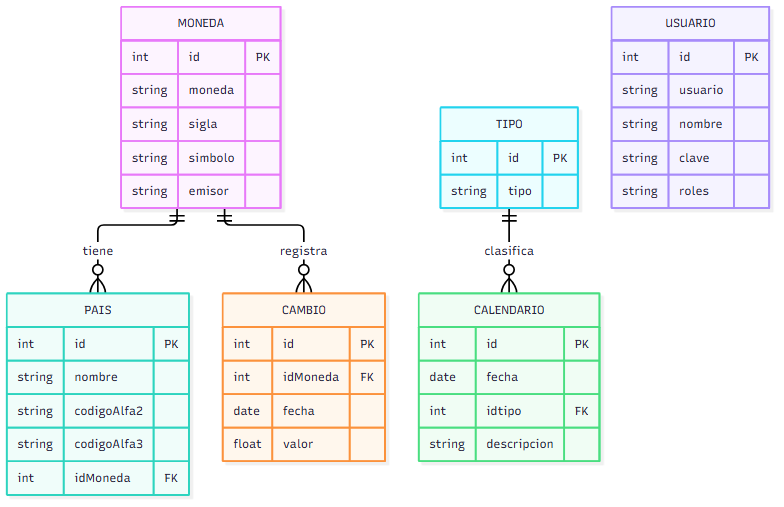
This is examen 1/diagramas/diagrama-relacional.png from Nelsonsalgado123/arquitectura2, a Mermaid export, as it was before one commit. Its source is kept beside it as examen 1/diagramas/diagrama-relacional.mmd.
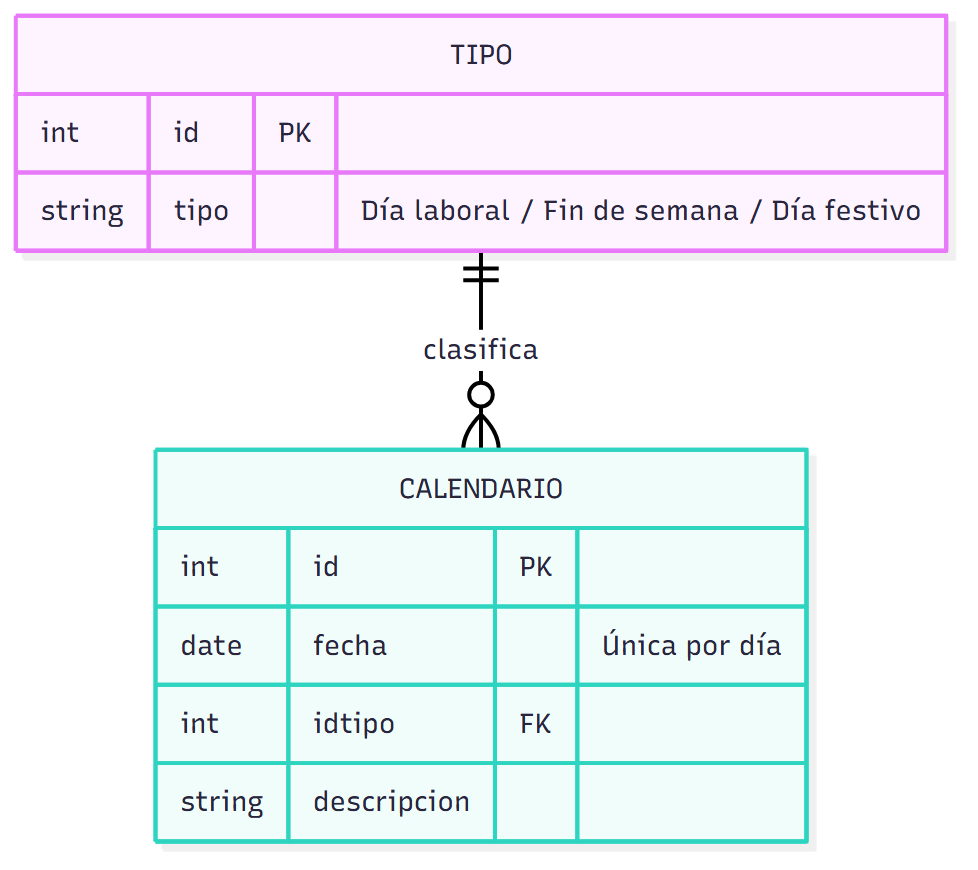
After the change.

The edit, as a diff of the source:
```diff
@@ -1,42 +1,13 @@
 erDiagram
-    MONEDA {
-        int id PK
-        string moneda
-        string sigla
-        string simbolo
-        string emisor
-    }
-    PAIS {
-        int id PK
-        string nombre
-        string codigoAlfa2
-        string codigoAlfa3
-        int idMoneda FK
-    }
-    CAMBIO {
-        int id PK
-        int idMoneda FK
-        date fecha
-        float valor
-    }
     TIPO {
         int id PK
-        string tipo
+        string tipo "Día laboral / Fin de semana / Día festivo"
     }
     CALENDARIO {
         int id PK
-        date fecha
+        date fecha "Única por día"
         int idtipo FK
         string descripcion
     }
-    USUARIO {
-        int id PK
-        string usuario
-        string nombre
-        string clave
-        string roles
-    }
 
-    MONEDA ||--o{ PAIS : "tiene"
-    MONEDA ||--o{ CAMBIO : "registra"
     TIPO ||--o{ CALENDARIO : "clasifica"
```
